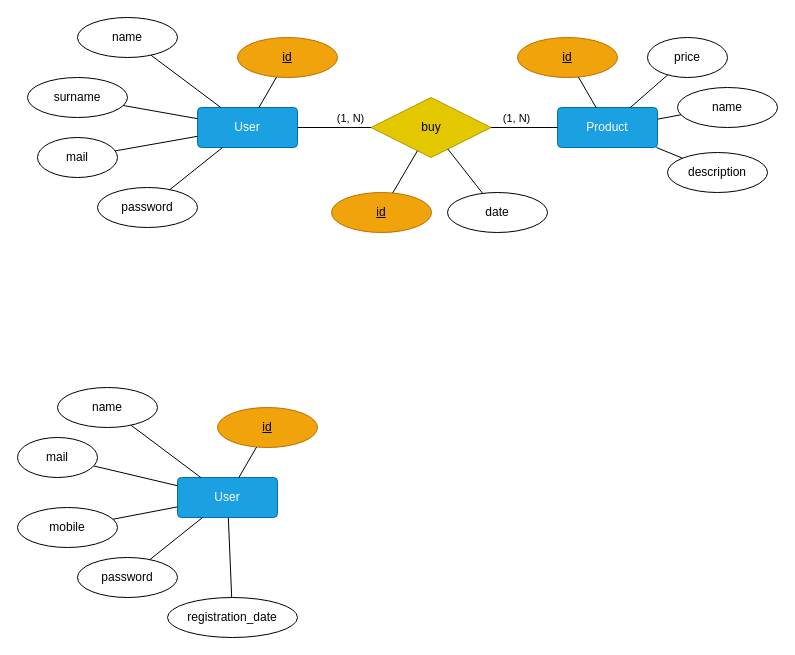
Before: db/DB_ER.drawio in CampominosiMarco/Web-App-Real-Time-Disaster-Response, a draw.io diagram. Source tidied: cells renumbered, new cells numbered last; positions are measured from the earlier drawing's top-left corner, leaving out a move shared by most shapes. Both pictures are drawn from the tidied source at 100%, with x=0, y=0 at pixel (17, 17).
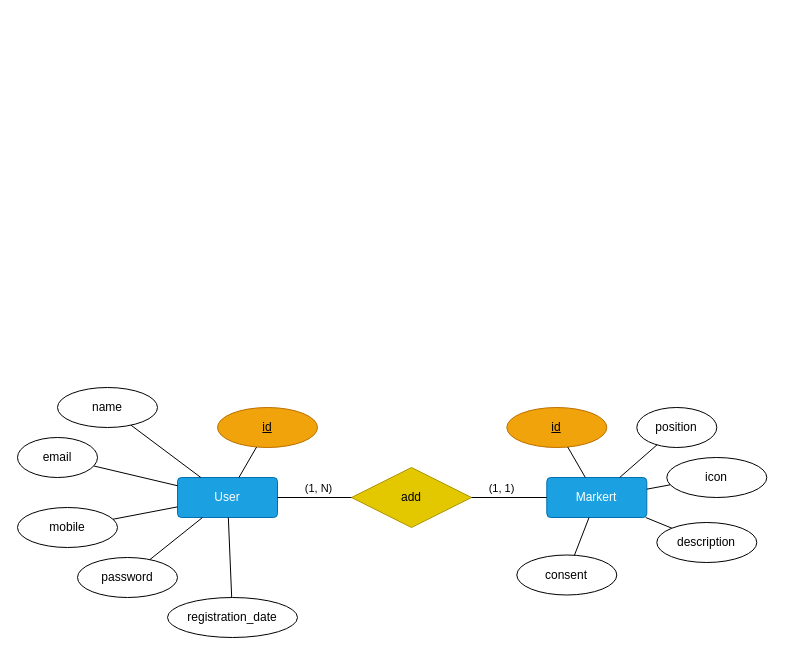
The same diagram, later.

Unchanged cells that the change refers to:
```xml
<mxCell id="3" value="User" style="rounded=1;arcSize=10;whiteSpace=wrap;html=1;align=center;fillColor=#1ba1e2;fontColor=#ffffff;strokeColor=#006EAF;" parent="1" vertex="1">
  <mxGeometry x="160" y="460" width="100" height="40" as="geometry" />
</mxCell>
```

What changed in the source:
```diff
@@
-    <mxCell id="6" value="mail" style="ellipse;whiteSpace=wrap;html=1;align=center;" parent="1" vertex="1">
+    <mxCell id="6" value="email" style="ellipse;whiteSpace=wrap;html=1;align=center;" parent="1" vertex="1">
       <mxGeometry y="420" width="80" height="40" as="geometry" />
     </mxCell>
@@
-    <mxCell id="13" value="id" style="ellipse;whiteSpace=wrap;html=1;align=center;fontStyle=4;fillColor=#f0a30a;fontColor=#000000;strokeColor=#BD7000;" parent="1" vertex="1">
-      <mxGeometry x="220" y="20" width="100" height="40" as="geometry" />
-    </mxCell>
-    <mxCell id="14" value="User" style="rounded=1;arcSize=10;whiteSpace=wrap;html=1;align=center;fillColor=#1ba1e2;fontColor=#ffffff;strokeColor=#006EAF;" parent="1" vertex="1">
-      <mxGeometry x="180" y="90" width="100" height="40" as="geometry" />
-    </mxCell>
-    <mxCell id="15" value="surname" style="ellipse;whiteSpace=wrap;html=1;align=center;" parent="1" vertex="1">
-      <mxGeometry x="10" y="60" width="100" height="40" as="geometry" />
-    </mxCell>
-    <mxCell id="16" value="password" style="ellipse;whiteSpace=wrap;html=1;align=center;" parent="1" vertex="1">
-      <mxGeometry x="80" y="170" width="100" height="40" as="geometry" />
-    </mxCell>
-    <mxCell id="17" value="mail" style="ellipse;whiteSpace=wrap;html=1;align=center;" parent="1" vertex="1">
-      <mxGeometry x="20" y="120" width="80" height="40" as="geometry" />
-    </mxCell>
-    <mxCell id="18" value="name" style="ellipse;whiteSpace=wrap;html=1;align=center;" parent="1" vertex="1">
-      <mxGeometry x="60" width="100" height="40" as="geometry" />
-    </mxCell>
-    <mxCell id="19" style="endArrow=none;html=1;rounded=0;" parent="1" edge="1" source="17" target="14">
-      <mxGeometry relative="1" as="geometry" />
-    </mxCell>
-    <mxCell id="20" style="endArrow=none;html=1;rounded=0;" parent="1" edge="1" source="18" target="14">
-      <mxGeometry relative="1" as="geometry" />
-    </mxCell>
-    <mxCell id="21" style="endArrow=none;html=1;rounded=0;" parent="1" edge="1" source="15" target="14">
-      <mxGeometry relative="1" as="geometry" />
-    </mxCell>
-    <mxCell id="22" style="endArrow=none;html=1;rounded=0;" parent="1" edge="1" source="16" target="14">
-      <mxGeometry relative="1" as="geometry" />
-    </mxCell>
-    <mxCell id="23" style="endArrow=none;html=1;rounded=0;" parent="1" edge="1" source="13" target="14">
-      <mxGeometry relative="1" as="geometry" />
-    </mxCell>
-    <mxCell id="24" value="id" style="ellipse;whiteSpace=wrap;html=1;align=center;fontStyle=4;fillColor=#f0a30a;fontColor=#000000;strokeColor=#BD7000;" parent="1" vertex="1">
-      <mxGeometry x="500" y="20" width="100" height="40" as="geometry" />
-    </mxCell>
-    <mxCell id="25" value="Product" style="rounded=1;arcSize=10;whiteSpace=wrap;html=1;align=center;fillColor=#1ba1e2;fontColor=#ffffff;strokeColor=#006EAF;" parent="1" vertex="1">
-      <mxGeometry x="540" y="90" width="100" height="40" as="geometry" />
-    </mxCell>
-    <mxCell id="26" value="description" style="ellipse;whiteSpace=wrap;html=1;align=center;" parent="1" vertex="1">
-      <mxGeometry x="650" y="135" width="100" height="40" as="geometry" />
-    </mxCell>
-    <mxCell id="27" value="price" style="ellipse;whiteSpace=wrap;html=1;align=center;" parent="1" vertex="1">
-      <mxGeometry x="630" y="20" width="80" height="40" as="geometry" />
-    </mxCell>
-    <mxCell id="28" value="name" style="ellipse;whiteSpace=wrap;html=1;align=center;" parent="1" vertex="1">
-      <mxGeometry x="660" y="70" width="100" height="40" as="geometry" />
-    </mxCell>
-    <mxCell id="29" style="endArrow=none;html=1;rounded=0;" parent="1" edge="1" source="27" target="25">
-      <mxGeometry relative="1" as="geometry" />
-    </mxCell>
-    <mxCell id="30" style="endArrow=none;html=1;rounded=0;" parent="1" edge="1" source="28" target="25">
-      <mxGeometry relative="1" as="geometry" />
-    </mxCell>
-    <mxCell id="31" style="endArrow=none;html=1;rounded=0;" parent="1" edge="1" source="26" target="25">
-      <mxGeometry relative="1" as="geometry" />
-    </mxCell>
-    <mxCell id="32" style="endArrow=none;html=1;rounded=0;" parent="1" edge="1" source="24" target="25">
-      <mxGeometry relative="1" as="geometry" />
-    </mxCell>
-    <mxCell id="33" value="buy" style="shape=rhombus;perimeter=rhombusPerimeter;whiteSpace=wrap;html=1;align=center;fillColor=#e3c800;fontColor=#000000;strokeColor=#B09500;gradientColor=none;" parent="1" vertex="1">
-      <mxGeometry x="353.5" y="80" width="120" height="60" as="geometry" />
-    </mxCell>
-    <mxCell id="34" style="endArrow=none;html=1;rounded=0;" parent="1" edge="1" source="14" target="33">
-      <mxGeometry relative="1" as="geometry" />
-    </mxCell>
-    <mxCell id="35" value="(1, N)" style="edgeLabel;html=1;align=center;verticalAlign=middle;" parent="34" vertex="1">
-      <mxGeometry x="0.71" y="2" relative="1" as="geometry">
-        <mxPoint x="-11" y="-8" as="offset" />
-      </mxGeometry>
-    </mxCell>
-    <mxCell id="36" style="endArrow=none;html=1;rounded=0;" parent="1" edge="1" source="33" target="25">
-      <mxGeometry relative="1" as="geometry" />
-    </mxCell>
-    <mxCell id="37" value="(1, N)" style="edgeLabel;html=1;align=center;verticalAlign=middle;" parent="36" vertex="1">
-      <mxGeometry x="-0.24" y="2" relative="1" as="geometry">
-        <mxPoint y="-8" as="offset" />
-      </mxGeometry>
-    </mxCell>
-    <mxCell id="38" value="id" style="ellipse;whiteSpace=wrap;html=1;align=center;fontStyle=4;fillColor=#f0a30a;fontColor=#000000;strokeColor=#BD7000;" parent="1" vertex="1">
-      <mxGeometry x="314" y="175" width="100" height="40" as="geometry" />
-    </mxCell>
-    <mxCell id="39" style="endArrow=none;html=1;rounded=0;" parent="1" edge="1" source="38" target="33">
-      <mxGeometry relative="1" as="geometry" />
-    </mxCell>
-    <mxCell id="40" value="date" style="ellipse;whiteSpace=wrap;html=1;align=center;" parent="1" vertex="1">
-      <mxGeometry x="430" y="175" width="100" height="40" as="geometry" />
-    </mxCell>
-    <mxCell id="41" style="endArrow=none;html=1;rounded=0;" parent="1" edge="1" source="40" target="33">
-      <mxGeometry relative="1" as="geometry" />
-    </mxCell>
@@
+    <mxCell id="44" value="id" style="ellipse;whiteSpace=wrap;html=1;align=center;fontStyle=4;fillColor=#f0a30a;fontColor=#000000;strokeColor=#BD7000;" parent="1" vertex="1">
+      <mxGeometry x="489.3" y="390" width="100" height="40" as="geometry" />
+    </mxCell>
+    <mxCell id="45" value="Markert" style="rounded=1;arcSize=10;whiteSpace=wrap;html=1;align=center;fillColor=#1ba1e2;fontColor=#ffffff;strokeColor=#006EAF;" parent="1" vertex="1">
+      <mxGeometry x="529.3" y="460" width="100" height="40" as="geometry" />
+    </mxCell>
+    <mxCell id="26" value="description" style="ellipse;whiteSpace=wrap;html=1;align=center;" parent="1" vertex="1">
+      <mxGeometry x="639.3" y="505" width="100" height="40" as="geometry" />
+    </mxCell>
+    <mxCell id="46" value="position" style="ellipse;whiteSpace=wrap;html=1;align=center;" parent="1" vertex="1">
+      <mxGeometry x="619.3" y="390" width="80" height="40" as="geometry" />
+    </mxCell>
+    <mxCell id="47" value="icon" style="ellipse;whiteSpace=wrap;html=1;align=center;" parent="1" vertex="1">
+      <mxGeometry x="649.3" y="440" width="100" height="40" as="geometry" />
+    </mxCell>
+    <mxCell id="48" style="endArrow=none;html=1;rounded=0;" parent="1" edge="1" source="46" target="45">
+      <mxGeometry relative="1" as="geometry" />
+    </mxCell>
+    <mxCell id="49" style="endArrow=none;html=1;rounded=0;" parent="1" edge="1" source="47" target="45">
+      <mxGeometry relative="1" as="geometry" />
+    </mxCell>
+    <mxCell id="50" style="endArrow=none;html=1;rounded=0;" parent="1" edge="1" source="26" target="45">
+      <mxGeometry relative="1" as="geometry" />
+    </mxCell>
+    <mxCell id="51" style="endArrow=none;html=1;rounded=0;" parent="1" edge="1" source="44" target="45">
+      <mxGeometry relative="1" as="geometry" />
+    </mxCell>
+    <mxCell id="52" value="add" style="shape=rhombus;perimeter=rhombusPerimeter;whiteSpace=wrap;html=1;align=center;fillColor=#e3c800;fontColor=#000000;strokeColor=#B09500;gradientColor=none;" parent="1" vertex="1">
+      <mxGeometry x="334" y="450" width="120" height="60" as="geometry" />
+    </mxCell>
+    <mxCell id="53" style="endArrow=none;html=1;rounded=0;" parent="1" edge="1" source="3" target="52">
+      <mxGeometry relative="1" as="geometry" />
+    </mxCell>
+    <mxCell id="54" value="(1, N)" style="edgeLabel;html=1;align=center;verticalAlign=middle;" parent="53" vertex="1">
+      <mxGeometry x="0.71" y="2" relative="1" as="geometry">
+        <mxPoint x="-23" y="-8" as="offset" />
+      </mxGeometry>
+    </mxCell>
+    <mxCell id="55" style="endArrow=none;html=1;rounded=0;" parent="1" edge="1" source="52" target="45">
+      <mxGeometry relative="1" as="geometry" />
+    </mxCell>
+    <mxCell id="56" value="(1, 1)" style="edgeLabel;html=1;align=center;verticalAlign=middle;" parent="55" vertex="1">
+      <mxGeometry x="-0.24" y="2" relative="1" as="geometry">
+        <mxPoint y="-8" as="offset" />
+      </mxGeometry>
+    </mxCell>
+    <mxCell id="57" value="consent" style="ellipse;whiteSpace=wrap;html=1;align=center;" parent="1" vertex="1">
+      <mxGeometry x="499.3" y="537.5" width="100" height="40" as="geometry" />
+    </mxCell>
+    <mxCell id="58" style="endArrow=none;html=1;rounded=0;" parent="1" edge="1" source="57" target="45">
+      <mxGeometry relative="1" as="geometry" />
+    </mxCell>
```
